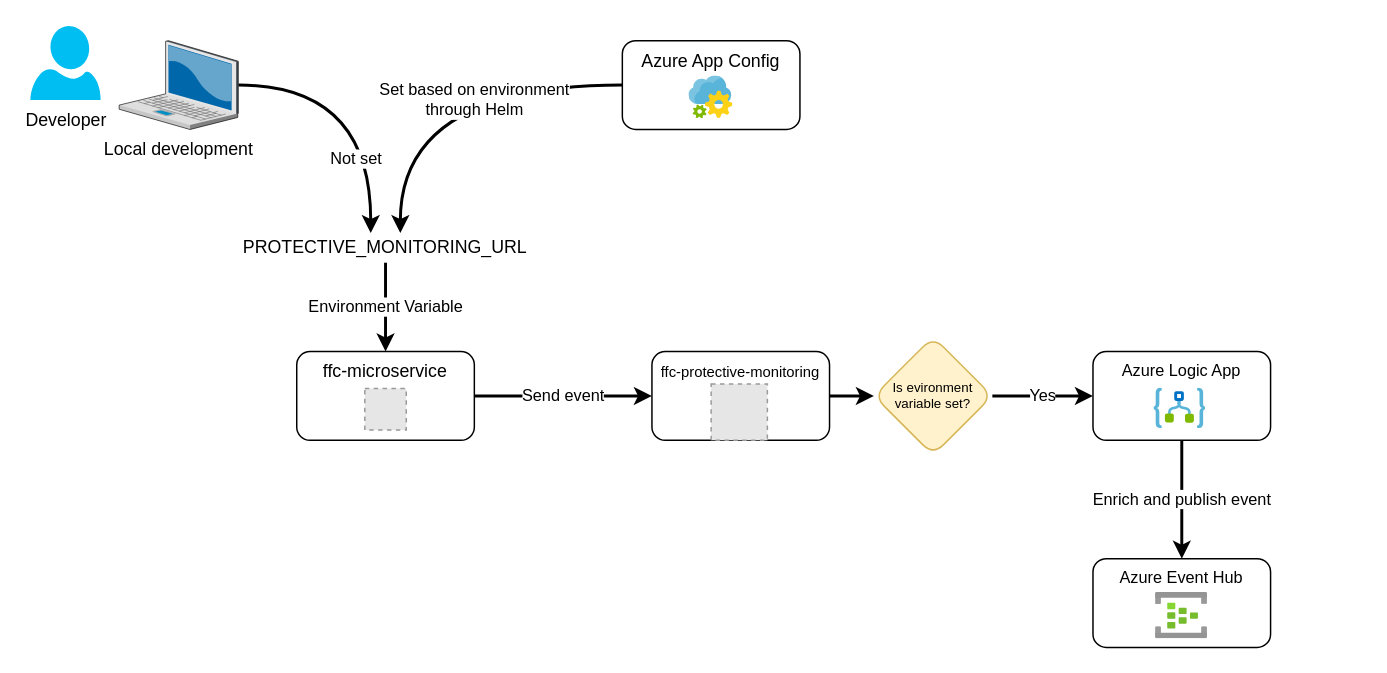
Above: protective-monitoring.drawio in johnwatson484/diagrams (draw.io), before the change. Source tidied: cells renumbered, new cells numbered last; positions are measured from the earlier drawing's top-left corner, leaving out a move shared by most shapes. Both pictures are drawn from the tidied source at 148%, with x=0, y=0 at pixel (30, 25). Pictures stored in the file or linked from it are replaced by grey dashed boxes.
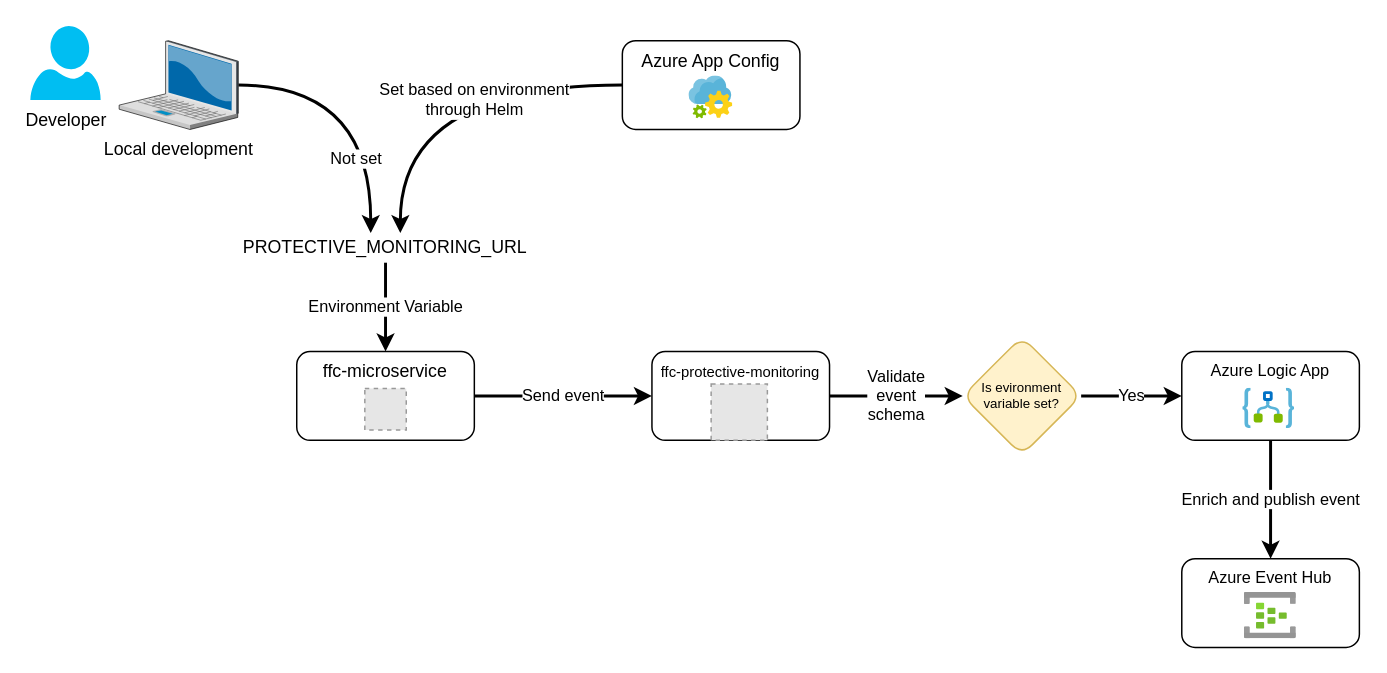
After the change.

Unchanged cells that the change refers to:
```xml
<mxCell id="3" value="&lt;font style=&quot;font-size: 10px&quot;&gt;ffc-protective-monitoring&lt;/font&gt;" style="rounded=1;whiteSpace=wrap;html=1;verticalAlign=top;" parent="1" vertex="1">
  <mxGeometry x="420" y="220" width="120" height="60" as="geometry" />
</mxCell>
```

Change to the diagram source:
```diff
@@
-    <mxCell id="2" style="edgeStyle=orthogonalEdgeStyle;curved=1;rounded=0;jettySize=auto;html=1;strokeWidth=2;" parent="1" edge="1" source="3" target="16">
+    <mxCell id="2" value="Validate&lt;br&gt;event&lt;br&gt;schema" style="edgeStyle=orthogonalEdgeStyle;curved=1;rounded=0;jettySize=auto;html=1;strokeWidth=2;" parent="1" edge="1" source="3" target="16">
       <mxGeometry relative="1" as="geometry" />
     </mxCell>
@@
     <mxCell id="16" value="Is evironment variable set?" style="rhombus;whiteSpace=wrap;html=1;rounded=1;verticalAlign=middle;fontSize=9;fillColor=#fff2cc;strokeColor=#d6b656;" parent="1" vertex="1">
-      <mxGeometry x="570" y="210" width="80" height="80" as="geometry" />
+      <mxGeometry x="630" y="210" width="80" height="80" as="geometry" />
     </mxCell>
@@
     <mxCell id="19" value="Azure Logic App" style="whiteSpace=wrap;html=1;rounded=1;fontSize=11;verticalAlign=top;" parent="1" vertex="1">
-      <mxGeometry x="718" y="220" width="120" height="60" as="geometry" />
+      <mxGeometry x="778" y="220" width="120" height="60" as="geometry" />
     </mxCell>
     <mxCell id="20" style="html=1;align=center;image;fontSize=12;image=img/lib/mscae/Logic_Apps.svg;fillColor=none;" parent="1" vertex="1">
-      <mxGeometry x="759.4" y="245" width="35" height="27.3" as="geometry" />
+      <mxGeometry x="819.4" y="245" width="35" height="27.3" as="geometry" />
     </mxCell>
     <mxCell id="21" value="Azure Event Hub" style="whiteSpace=wrap;html=1;rounded=1;fontSize=11;verticalAlign=top;" parent="1" vertex="1">
-      <mxGeometry x="718" y="360" width="120" height="60" as="geometry" />
+      <mxGeometry x="778" y="360" width="120" height="60" as="geometry" />
     </mxCell>
     <mxCell id="22" style="html=1;align=center;image;fontSize=12;image=img/lib/azure2/analytics/Event_Hubs.svg;fillColor=none;" parent="1" vertex="1">
-      <mxGeometry x="760.5" y="383" width="35" height="31.3" as="geometry" />
+      <mxGeometry x="820.5" y="383" width="35" height="31.3" as="geometry" />
     </mxCell>
```
